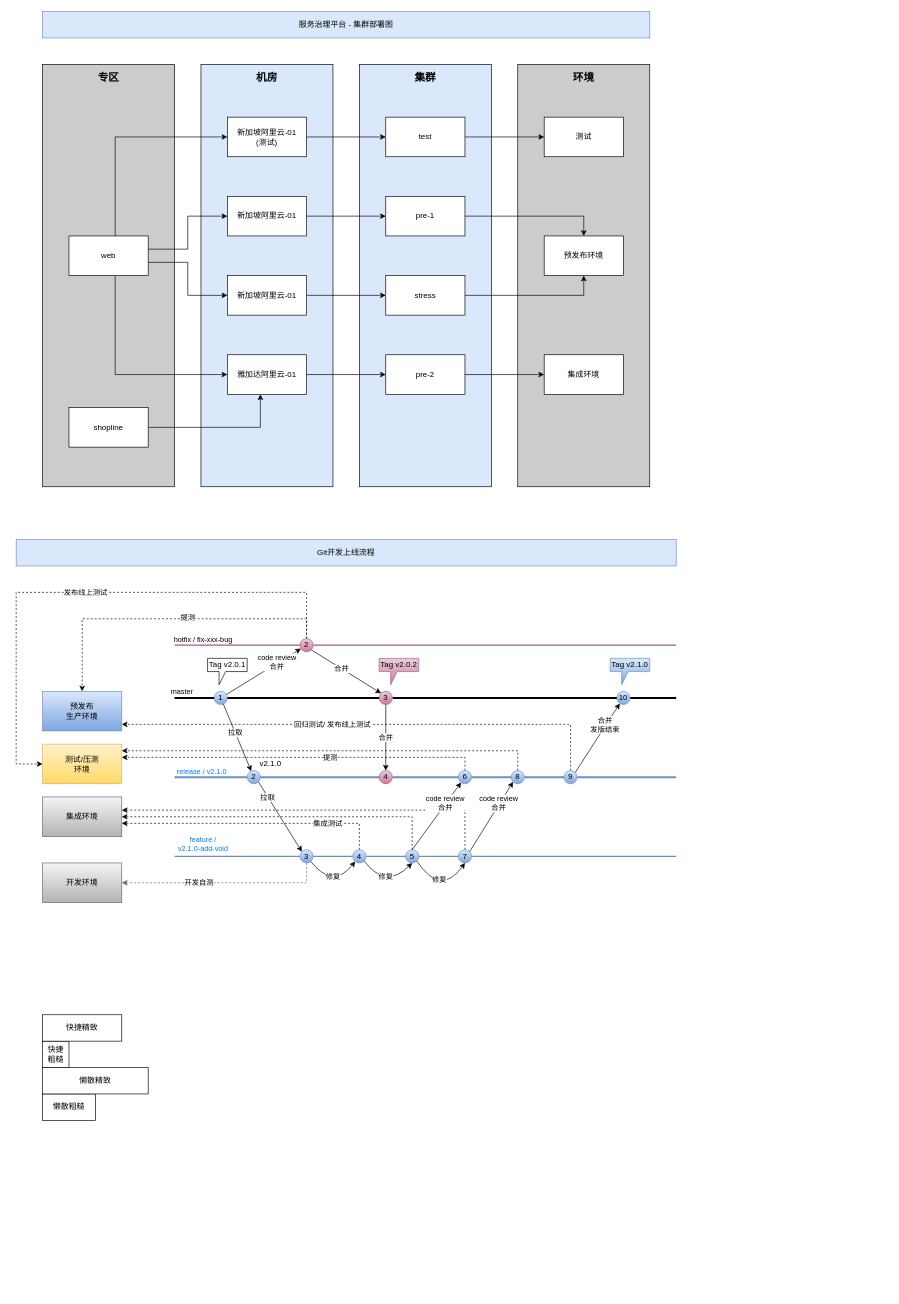
This is page "开发工具" (5 of 9) of 支付架构.drawio from JudeSheng/design, a draw.io file, before an edit. Source tidied: cells renumbered, new cells numbered last; positions are measured from the earlier drawing's top-left corner, leaving out a move shared by most shapes. Both pictures are drawn from the tidied source at 66%, with x=0, y=0 at pixel (16, 11).
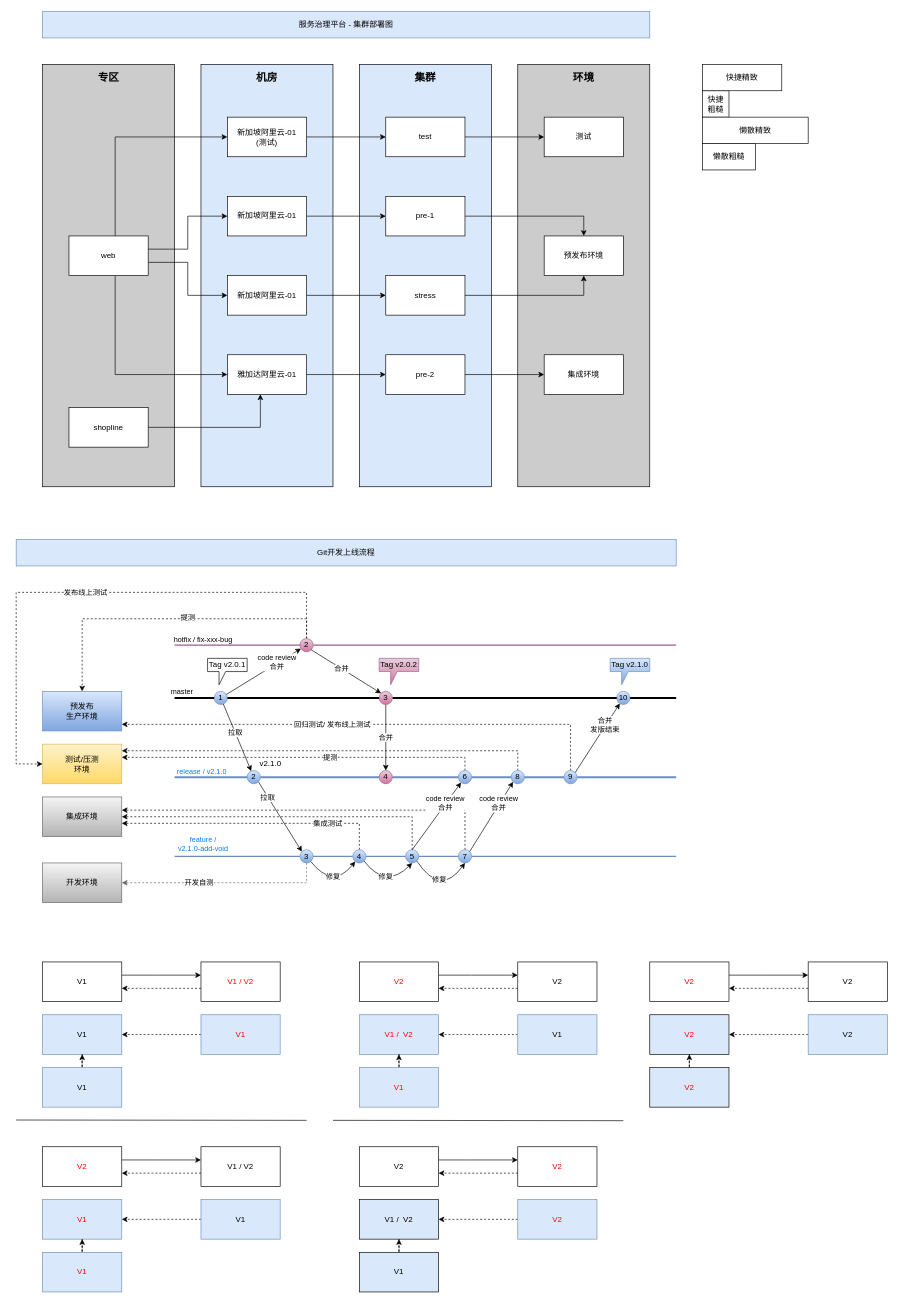
Above is the later version.

Change to the diagram source:
```diff
@@
     <mxCell id="109" value="快捷&lt;br&gt;粗糙" style="rounded=0;whiteSpace=wrap;html=1;" parent="1" vertex="1">
-      <mxGeometry x="40" y="1560" width="40" height="40" as="geometry" />
+      <mxGeometry x="1040" y="120" width="40" height="40" as="geometry" />
     </mxCell>
     <mxCell id="110" value="懒散粗糙" style="rounded=0;whiteSpace=wrap;html=1;" parent="1" vertex="1">
-      <mxGeometry x="40" y="1640" width="80" height="40" as="geometry" />
+      <mxGeometry x="1040" y="200" width="80" height="40" as="geometry" />
     </mxCell>
     <mxCell id="111" value="快捷精致" style="rounded=0;whiteSpace=wrap;html=1;" parent="1" vertex="1">
-      <mxGeometry x="40" y="1520" width="120" height="40" as="geometry" />
+      <mxGeometry x="1040" y="80" width="120" height="40" as="geometry" />
     </mxCell>
     <mxCell id="112" value="懒散精致" style="rounded=0;whiteSpace=wrap;html=1;" parent="1" vertex="1">
-      <mxGeometry x="40" y="1600" width="160" height="40" as="geometry" />
+      <mxGeometry x="1040" y="160" width="160" height="40" as="geometry" />
     </mxCell>
+    <mxCell id="113" style="edgeStyle=orthogonalEdgeStyle;rounded=0;jettySize=auto;html=1;dashed=1;fontColor=#000000;" parent="1" edge="1" source="114" target="115">
+      <mxGeometry relative="1" as="geometry" />
+    </mxCell>
+    <mxCell id="114" value="V1" style="rounded=0;whiteSpace=wrap;html=1;fillColor=#dae8fc;strokeColor=#6c8ebf;fontColor=#FF0000;" parent="1" vertex="1">
+      <mxGeometry x="280" y="1520" width="120" height="60" as="geometry" />
+    </mxCell>
+    <mxCell id="115" value="V1" style="rounded=0;whiteSpace=wrap;html=1;fillColor=#dae8fc;strokeColor=#6c8ebf;" parent="1" vertex="1">
+      <mxGeometry x="40" y="1520" width="120" height="60" as="geometry" />
+    </mxCell>
+    <mxCell id="116" style="edgeStyle=orthogonalEdgeStyle;rounded=0;jettySize=auto;html=1;fontColor=#FF0000;dashed=1;" parent="1" edge="1" source="117" target="119">
+      <mxGeometry relative="1" as="geometry">
+        <Array as="points">
+          <mxPoint x="220" y="1480" />
+          <mxPoint x="220" y="1480" />
+        </Array>
+      </mxGeometry>
+    </mxCell>
+    <mxCell id="117" value="V1 / V2" style="rounded=0;whiteSpace=wrap;html=1;fontColor=#FF0000;" parent="1" vertex="1">
+      <mxGeometry x="280" y="1440" width="120" height="60" as="geometry" />
+    </mxCell>
+    <mxCell id="118" style="edgeStyle=orthogonalEdgeStyle;rounded=0;jettySize=auto;html=1;fontColor=#FF0000;" parent="1" edge="1" source="119" target="117">
+      <mxGeometry relative="1" as="geometry">
+        <Array as="points">
+          <mxPoint x="210" y="1460" />
+          <mxPoint x="210" y="1460" />
+        </Array>
+      </mxGeometry>
+    </mxCell>
+    <mxCell id="119" value="V1" style="rounded=0;whiteSpace=wrap;html=1;fontColor=#000000;" parent="1" vertex="1">
+      <mxGeometry x="40" y="1440" width="120" height="60" as="geometry" />
+    </mxCell>
+    <mxCell id="120" style="edgeStyle=orthogonalEdgeStyle;rounded=0;jettySize=auto;html=1;dashed=1;fontColor=#FF0000;" parent="1" edge="1" source="121" target="122">
+      <mxGeometry relative="1" as="geometry" />
+    </mxCell>
+    <mxCell id="121" value="V1" style="rounded=0;whiteSpace=wrap;html=1;fillColor=#dae8fc;strokeColor=#6c8ebf;fontColor=#000000;" parent="1" vertex="1">
+      <mxGeometry x="280" y="1800" width="120" height="60" as="geometry" />
+    </mxCell>
+    <mxCell id="122" value="V1" style="rounded=0;whiteSpace=wrap;html=1;fillColor=#dae8fc;strokeColor=#6c8ebf;fontColor=#FF0000;" parent="1" vertex="1">
+      <mxGeometry x="40" y="1800" width="120" height="60" as="geometry" />
+    </mxCell>
+    <mxCell id="123" style="edgeStyle=orthogonalEdgeStyle;rounded=0;jettySize=auto;html=1;fontColor=#FF0000;dashed=1;" parent="1" edge="1" source="124" target="126">
+      <mxGeometry relative="1" as="geometry">
+        <Array as="points">
+          <mxPoint x="220" y="1760" />
+          <mxPoint x="220" y="1760" />
+        </Array>
+      </mxGeometry>
+    </mxCell>
+    <mxCell id="124" value="V1 / V2" style="rounded=0;whiteSpace=wrap;html=1;fontColor=#000000;" parent="1" vertex="1">
+      <mxGeometry x="280" y="1720" width="120" height="60" as="geometry" />
+    </mxCell>
+    <mxCell id="125" style="edgeStyle=orthogonalEdgeStyle;rounded=0;jettySize=auto;html=1;fontColor=#FF0000;" parent="1" edge="1" source="126" target="124">
+      <mxGeometry relative="1" as="geometry">
+        <Array as="points">
+          <mxPoint x="210" y="1740" />
+          <mxPoint x="210" y="1740" />
+        </Array>
+      </mxGeometry>
+    </mxCell>
+    <mxCell id="126" value="V2" style="rounded=0;whiteSpace=wrap;html=1;fontColor=#FF0000;" parent="1" vertex="1">
+      <mxGeometry x="40" y="1720" width="120" height="60" as="geometry" />
+    </mxCell>
+    <mxCell id="127" style="edgeStyle=orthogonalEdgeStyle;rounded=0;jettySize=auto;html=1;dashed=1;fontColor=#FF0000;" parent="1" edge="1" source="128" target="122">
+      <mxGeometry relative="1" as="geometry" />
+    </mxCell>
+    <mxCell id="128" value="V1" style="rounded=0;whiteSpace=wrap;html=1;fillColor=#dae8fc;strokeColor=#6c8ebf;fontColor=#FF0000;" parent="1" vertex="1">
+      <mxGeometry x="40" y="1880" width="120" height="60" as="geometry" />
+    </mxCell>
+    <mxCell id="129" style="endArrow=none;html=1;rounded=0;fontColor=#000000;" parent="1" edge="1">
+      <mxGeometry relative="1" as="geometry">
+        <mxPoint y="1679.5" as="sourcePoint" />
+        <mxPoint x="440" y="1680" as="targetPoint" />
+      </mxGeometry>
+    </mxCell>
+    <mxCell id="130" style="edgeStyle=orthogonalEdgeStyle;rounded=0;jettySize=auto;html=1;dashed=1;fontColor=#FF0000;" parent="1" edge="1" source="131" target="132">
+      <mxGeometry relative="1" as="geometry" />
+    </mxCell>
+    <mxCell id="131" value="V1" style="rounded=0;whiteSpace=wrap;html=1;fillColor=#dae8fc;strokeColor=#6c8ebf;fontColor=#000000;" parent="1" vertex="1">
+      <mxGeometry x="760" y="1520" width="120" height="60" as="geometry" />
+    </mxCell>
+    <mxCell id="132" value="V1 /&amp;nbsp; V2" style="rounded=0;whiteSpace=wrap;html=1;fillColor=#dae8fc;strokeColor=#6c8ebf;fontColor=#FF0000;" parent="1" vertex="1">
+      <mxGeometry x="520" y="1520" width="120" height="60" as="geometry" />
+    </mxCell>
+    <mxCell id="133" style="edgeStyle=orthogonalEdgeStyle;rounded=0;jettySize=auto;html=1;fontColor=#FF0000;dashed=1;" parent="1" edge="1" source="134" target="136">
+      <mxGeometry relative="1" as="geometry">
+        <Array as="points">
+          <mxPoint x="700" y="1480" />
+          <mxPoint x="700" y="1480" />
+        </Array>
+      </mxGeometry>
+    </mxCell>
+    <mxCell id="134" value="V2" style="rounded=0;whiteSpace=wrap;html=1;fontColor=#000000;" parent="1" vertex="1">
+      <mxGeometry x="760" y="1440" width="120" height="60" as="geometry" />
+    </mxCell>
+    <mxCell id="135" style="edgeStyle=orthogonalEdgeStyle;rounded=0;jettySize=auto;html=1;fontColor=#FF0000;" parent="1" edge="1" source="136" target="134">
+      <mxGeometry relative="1" as="geometry">
+        <Array as="points">
+          <mxPoint x="690" y="1460" />
+          <mxPoint x="690" y="1460" />
+        </Array>
+      </mxGeometry>
+    </mxCell>
+    <mxCell id="136" value="V2" style="rounded=0;whiteSpace=wrap;html=1;fontColor=#FF0000;" parent="1" vertex="1">
+      <mxGeometry x="520" y="1440" width="120" height="60" as="geometry" />
+    </mxCell>
+    <mxCell id="137" style="edgeStyle=orthogonalEdgeStyle;rounded=0;jettySize=auto;html=1;dashed=1;fontColor=#FF0000;" parent="1" edge="1" source="138" target="132">
+      <mxGeometry relative="1" as="geometry" />
+    </mxCell>
+    <mxCell id="138" value="V1" style="rounded=0;whiteSpace=wrap;html=1;fillColor=#dae8fc;strokeColor=#6c8ebf;fontColor=#FF0000;" parent="1" vertex="1">
+      <mxGeometry x="520" y="1600" width="120" height="60" as="geometry" />
+    </mxCell>
+    <mxCell id="139" style="endArrow=none;html=1;rounded=0;fontColor=#000000;" parent="1" edge="1">
+      <mxGeometry relative="1" as="geometry">
+        <mxPoint x="480" y="1680" as="sourcePoint" />
+        <mxPoint x="920" y="1680.5" as="targetPoint" />
+      </mxGeometry>
+    </mxCell>
+    <mxCell id="140" style="edgeStyle=orthogonalEdgeStyle;rounded=0;jettySize=auto;html=1;dashed=1;fontColor=#FF0000;" parent="1" edge="1" source="141" target="142">
+      <mxGeometry relative="1" as="geometry" />
+    </mxCell>
+    <mxCell id="141" value="V2" style="rounded=0;whiteSpace=wrap;html=1;fillColor=#dae8fc;strokeColor=#6c8ebf;fontColor=#FF0000;" parent="1" vertex="1">
+      <mxGeometry x="760" y="1800" width="120" height="60" as="geometry" />
+    </mxCell>
+    <mxCell id="142" value="V1 /&amp;nbsp; V2" style="rounded=0;whiteSpace=wrap;html=1;fillColor=#dae8fc;strokeColor=#000000;fontColor=#000000;" parent="1" vertex="1">
+      <mxGeometry x="520" y="1800" width="120" height="60" as="geometry" />
+    </mxCell>
+    <mxCell id="143" style="edgeStyle=orthogonalEdgeStyle;rounded=0;jettySize=auto;html=1;fontColor=#FF0000;dashed=1;" parent="1" edge="1" source="144" target="146">
+      <mxGeometry relative="1" as="geometry">
+        <Array as="points">
+          <mxPoint x="700" y="1760" />
+          <mxPoint x="700" y="1760" />
+        </Array>
+      </mxGeometry>
+    </mxCell>
+    <mxCell id="144" value="V2" style="rounded=0;whiteSpace=wrap;html=1;fontColor=#FF0000;" parent="1" vertex="1">
+      <mxGeometry x="760" y="1720" width="120" height="60" as="geometry" />
+    </mxCell>
+    <mxCell id="145" style="edgeStyle=orthogonalEdgeStyle;rounded=0;jettySize=auto;html=1;fontColor=#FF0000;" parent="1" edge="1" source="146" target="144">
+      <mxGeometry relative="1" as="geometry">
+        <Array as="points">
+          <mxPoint x="690" y="1740" />
+          <mxPoint x="690" y="1740" />
+        </Array>
+      </mxGeometry>
+    </mxCell>
+    <mxCell id="146" value="V2" style="rounded=0;whiteSpace=wrap;html=1;fontColor=#000000;strokeColor=#000000;" parent="1" vertex="1">
+      <mxGeometry x="520" y="1720" width="120" height="60" as="geometry" />
+    </mxCell>
+    <mxCell id="147" style="edgeStyle=orthogonalEdgeStyle;rounded=0;jettySize=auto;html=1;dashed=1;fontColor=#FF0000;" parent="1" edge="1" source="148" target="142">
+      <mxGeometry relative="1" as="geometry" />
+    </mxCell>
+    <mxCell id="148" value="V1" style="rounded=0;whiteSpace=wrap;html=1;fillColor=#dae8fc;strokeColor=#000000;fontColor=#000000;" parent="1" vertex="1">
+      <mxGeometry x="520" y="1880" width="120" height="60" as="geometry" />
+    </mxCell>
+    <mxCell id="149" style="edgeStyle=orthogonalEdgeStyle;rounded=0;jettySize=auto;html=1;dashed=1;fontColor=#FF0000;" parent="1" edge="1" source="150" target="151">
+      <mxGeometry relative="1" as="geometry" />
+    </mxCell>
+    <mxCell id="150" value="V2" style="rounded=0;whiteSpace=wrap;html=1;fillColor=#dae8fc;strokeColor=#6c8ebf;fontColor=#000000;" parent="1" vertex="1">
+      <mxGeometry x="1200" y="1520" width="120" height="60" as="geometry" />
+    </mxCell>
+    <mxCell id="151" value="V2" style="rounded=0;whiteSpace=wrap;html=1;fillColor=#dae8fc;strokeColor=#000000;fontColor=#FF0000;" parent="1" vertex="1">
+      <mxGeometry x="960" y="1520" width="120" height="60" as="geometry" />
+    </mxCell>
+    <mxCell id="152" style="edgeStyle=orthogonalEdgeStyle;rounded=0;jettySize=auto;html=1;fontColor=#FF0000;dashed=1;" parent="1" edge="1" source="153" target="155">
+      <mxGeometry relative="1" as="geometry">
+        <Array as="points">
+          <mxPoint x="1140" y="1480" />
+          <mxPoint x="1140" y="1480" />
+        </Array>
+      </mxGeometry>
+    </mxCell>
+    <mxCell id="153" value="V2" style="rounded=0;whiteSpace=wrap;html=1;fontColor=#000000;" parent="1" vertex="1">
+      <mxGeometry x="1200" y="1440" width="120" height="60" as="geometry" />
+    </mxCell>
+    <mxCell id="154" style="edgeStyle=orthogonalEdgeStyle;rounded=0;jettySize=auto;html=1;fontColor=#FF0000;" parent="1" edge="1" source="155" target="153">
+      <mxGeometry relative="1" as="geometry">
+        <Array as="points">
+          <mxPoint x="1130" y="1460" />
+          <mxPoint x="1130" y="1460" />
+        </Array>
+      </mxGeometry>
+    </mxCell>
+    <mxCell id="155" value="V2" style="rounded=0;whiteSpace=wrap;html=1;fontColor=#FF0000;strokeColor=#000000;" parent="1" vertex="1">
+      <mxGeometry x="960" y="1440" width="120" height="60" as="geometry" />
+    </mxCell>
+    <mxCell id="156" style="edgeStyle=orthogonalEdgeStyle;rounded=0;jettySize=auto;html=1;dashed=1;fontColor=#FF0000;" parent="1" edge="1" source="157" target="151">
+      <mxGeometry relative="1" as="geometry" />
+    </mxCell>
+    <mxCell id="157" value="V2" style="rounded=0;whiteSpace=wrap;html=1;fillColor=#dae8fc;strokeColor=#000000;fontColor=#FF0000;" parent="1" vertex="1">
+      <mxGeometry x="960" y="1600" width="120" height="60" as="geometry" />
+    </mxCell>
+    <mxCell id="158" style="edgeStyle=orthogonalEdgeStyle;rounded=0;jettySize=auto;html=1;dashed=1;fontColor=#000000;strokeColor=#000000;" parent="1" edge="1" source="159" target="115">
+      <mxGeometry relative="1" as="geometry" />
+    </mxCell>
+    <mxCell id="159" value="V1" style="rounded=0;whiteSpace=wrap;html=1;fillColor=#dae8fc;strokeColor=#6c8ebf;" parent="1" vertex="1">
+      <mxGeometry x="40" y="1600" width="120" height="60" as="geometry" />
+    </mxCell>
```
